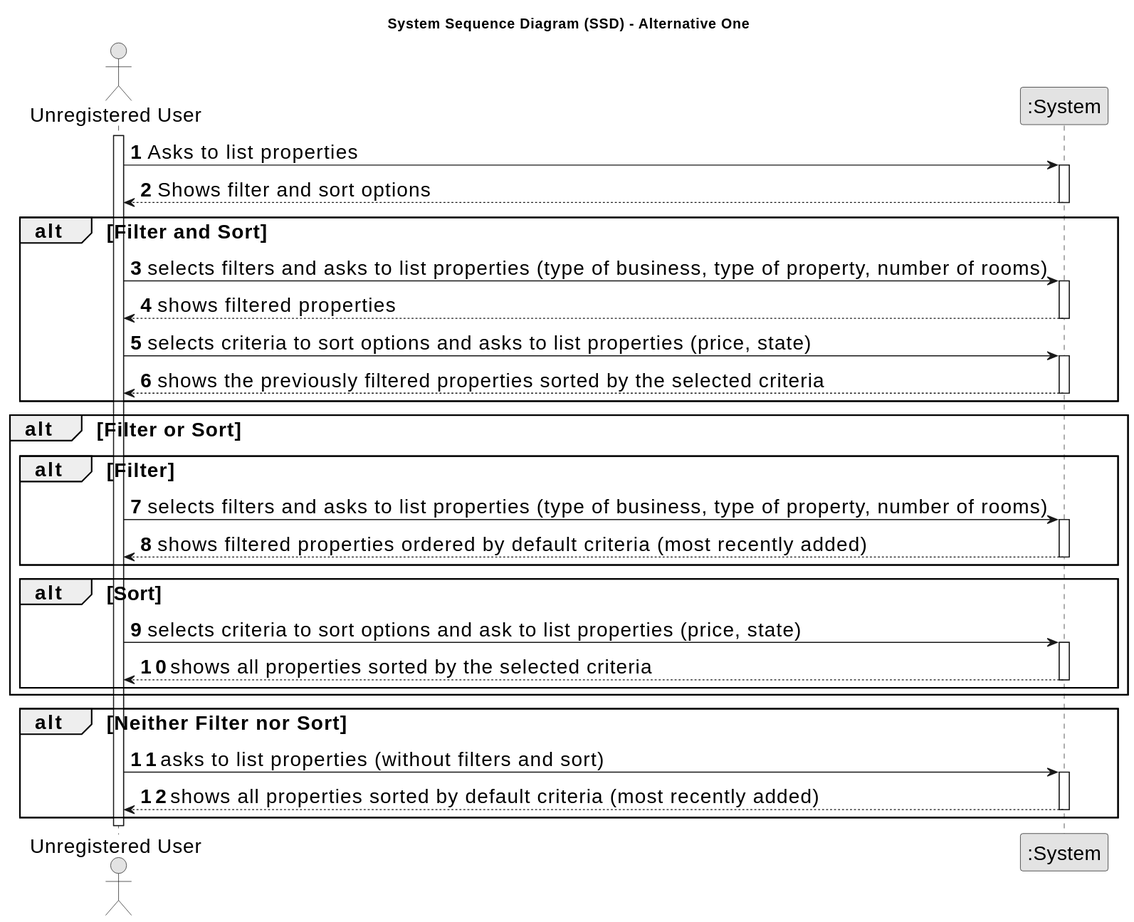
Before: docs/sprintB/us001/01.requirements-engineering/svg/us001-system-sequence-diagram.svg, a diagram exported from PlantUML (Goncalves2525/real-estate-management-system).
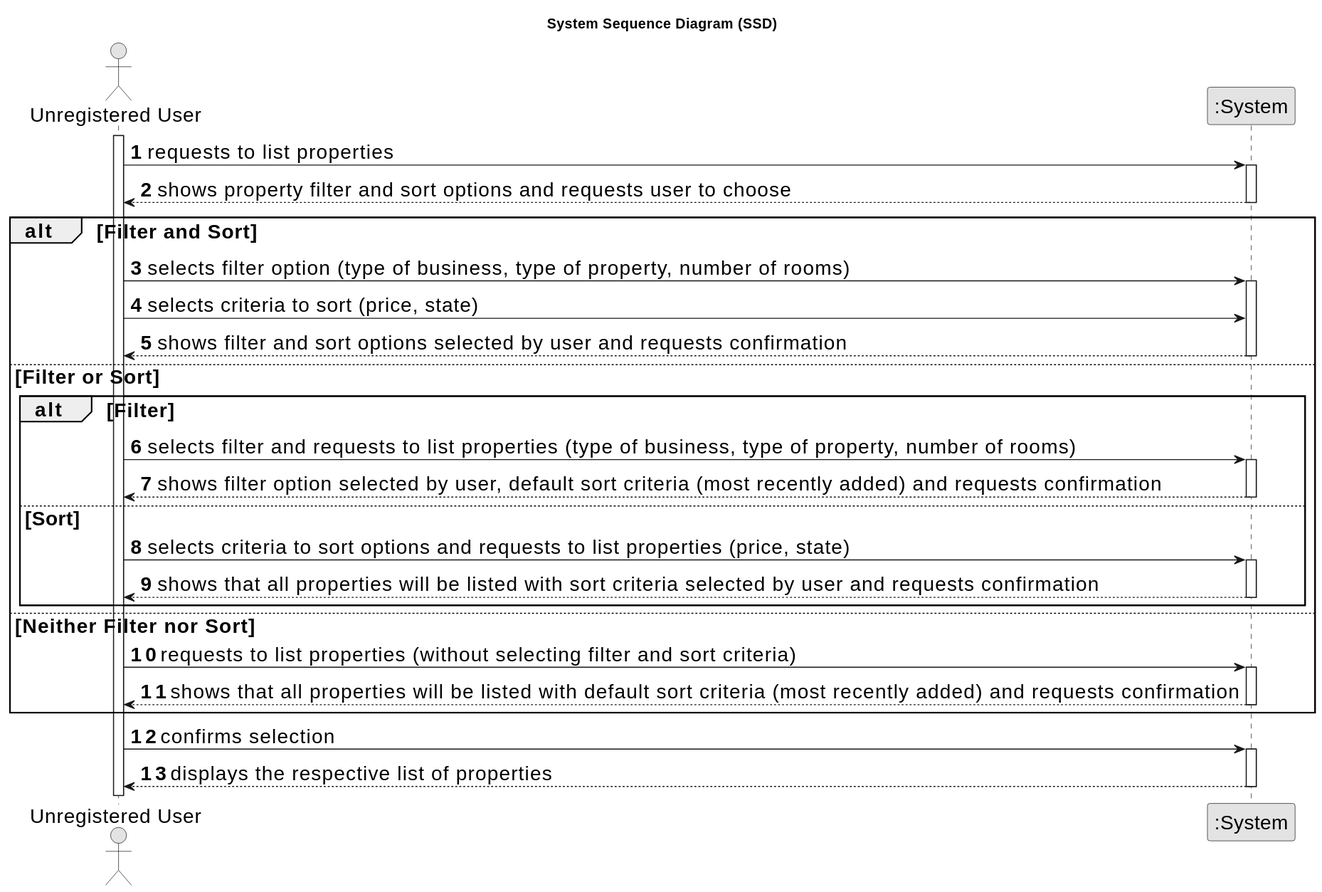
The same diagram one commit later.

Change to the diagram source:
```diff
@@ -4,7 +4,7 @@
 skinparam packageStyle rectangle
 skinparam shadowing false
 
-title System Sequence Diagram (SSD) - Alternative One
+title System Sequence Diagram (SSD)
 
 autonumber
 
@@ -13,50 +13,50 @@
 
 activate User
 
-    User -> System : Asks to list properties
+    User -> System : requests to list properties
     activate System
 
-    System --> User : Shows filter and sort options
+    System --> User : shows property filter and sort options and requests user to choose
     deactivate System
 
     alt Filter and Sort
-        User -> System : selects filters and asks to list properties (type of business, type of property, number of rooms)
+        User -> System : selects filter option (type of business, type of property, number of rooms)
         activate System
 
-        System --> User : shows filtered properties
+        User -> System : selects criteria to sort (price, state)
+        System --> User : shows filter and sort options selected by user and requests confirmation
         deactivate System
 
-        User -> System : selects criteria to sort options and asks to list properties (price, state)
-        activate System
-
-        System --> User : shows the previously filtered properties sorted by the selected criteria
-        deactivate System
-    end
-    alt Filter or Sort
+    else Filter or Sort
 
         alt Filter
-            User -> System : selects filters and asks to list properties (type of business, type of property, number of rooms)
+            User -> System : selects filter and requests to list properties (type of business, type of property, number of rooms)
             activate System
 
-            System --> User : shows filtered properties ordered by default criteria (most recently added)
+            System --> User : shows filter option selected by user, default sort criteria (most recently added) and requests confirmation
+            deactivate System
+
+        else Sort
+            User -> System : selects criteria to sort options and requests to list properties (price, state)
+            activate System
+
+            System --> User : shows that all properties will be listed with sort criteria selected by user and requests confirmation
             deactivate System
         end
 
-        alt Sort
-            User -> System : selects criteria to sort options and ask to list properties (price, state)
-            activate System
 
-            System --> User : shows all properties sorted by the selected criteria
-            deactivate System
-        end
+    else Neither Filter nor Sort
+        User -> System : requests to list properties (without selecting filter and sort criteria)
+        activate System
+
+        System --> User : shows that all properties will be listed with default sort criteria (most recently added) and requests confirmation
+        deactivate System
 
     end
 
-    alt Neither Filter nor Sort
-        User -> System : asks to list properties (without filters and sort)
-        activate System
+    User -> System : confirms selection
+    activate System
 
-        System --> User : shows all properties sorted by default criteria (most recently added)
-        deactivate System
-    end
+    System --> User : displays the respective list of properties
+    deactivate System
 @enduml
```
